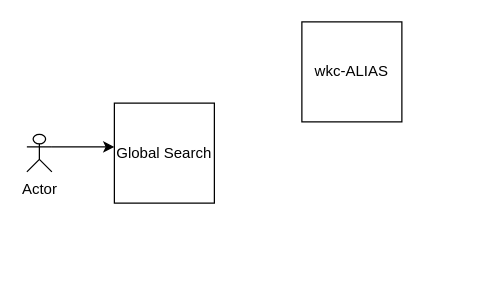
The draw.io diagram assets/sss.drawio in ganisback/draw.io, before the edit. Source tidied: cells renumbered, new cells numbered last; positions are measured from the earlier drawing's top-left corner, leaving out a move shared by most shapes. Both pictures are drawn from the tidied source at 125%, with x=0, y=0 at pixel (26, 21).
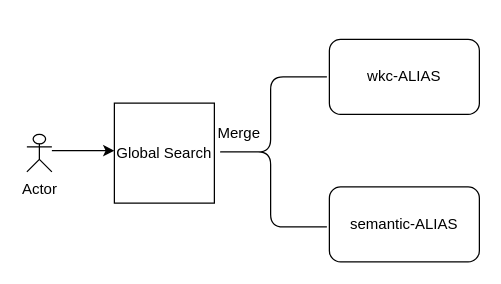
The same diagram, later.

Diff of the diagram source:
```diff
@@
 <mxGraphModel>
   <root>
     <mxCell id="0" />
     <mxCell id="1" parent="0" />
     <mxCell id="2" value="Actor" style="shape=umlActor;verticalLabelPosition=bottom;verticalAlign=top;html=1;outlineConnect=0;" parent="1" vertex="1">
       <mxGeometry y="90" width="20" height="30" as="geometry" />
     </mxCell>
     <mxCell id="3" value="Global Search" style="whiteSpace=wrap;html=1;" parent="1" vertex="1">
       <mxGeometry x="70" y="65" width="80" height="80" as="geometry" />
     </mxCell>
-    <mxCell id="4" style="endArrow=classic;html=1;rounded=0;exitX=1;exitY=0.3333333333333333;exitDx=0;exitDy=0;exitPerimeter=0;" parent="1" edge="1" source="2">
+    <mxCell id="4" style="endArrow=classic;html=1;rounded=0;exitX=1;exitY=0.3333333333333333;exitDx=0;exitDy=0;exitPerimeter=0;" parent="1" edge="1">
       <mxGeometry relative="1" as="geometry">
-        <mxPoint x="70" y="100" as="targetPoint" />
+        <mxPoint x="20" y="103" as="sourcePoint" />
+        <mxPoint x="70" y="103" as="targetPoint" />
       </mxGeometry>
     </mxCell>
-    <mxCell id="5" value="wkc-ALIAS" style="whiteSpace=wrap;html=1;" parent="1" vertex="1">
-      <mxGeometry x="220" width="80" height="80" as="geometry" />
+    <mxCell id="5" value="wkc-ALIAS" style="rounded=1;whiteSpace=wrap;html=1;" parent="1" vertex="1">
+      <mxGeometry x="242" y="14" width="120" height="60" as="geometry" />
     </mxCell>
+    <mxCell id="6" value="semantic-ALIAS" style="rounded=1;whiteSpace=wrap;html=1;" parent="1" vertex="1">
+      <mxGeometry x="242" y="132" width="120" height="60" as="geometry" />
+    </mxCell>
+    <mxCell id="7" style="shape=curlyBracket;whiteSpace=wrap;html=1;rounded=1;labelPosition=left;verticalLabelPosition=middle;align=right;verticalAlign=middle;" parent="1" vertex="1">
+      <mxGeometry x="150" y="44" width="90" height="120" as="geometry" />
+    </mxCell>
+    <mxCell id="8" value="Merge" style="text;html=1;strokeColor=none;fillColor=none;align=center;verticalAlign=middle;whiteSpace=wrap;rounded=0;" parent="1" vertex="1">
+      <mxGeometry x="140" y="74" width="60" height="30" as="geometry" />
+    </mxCell>
   </root>
 </mxGraphModel>
```
